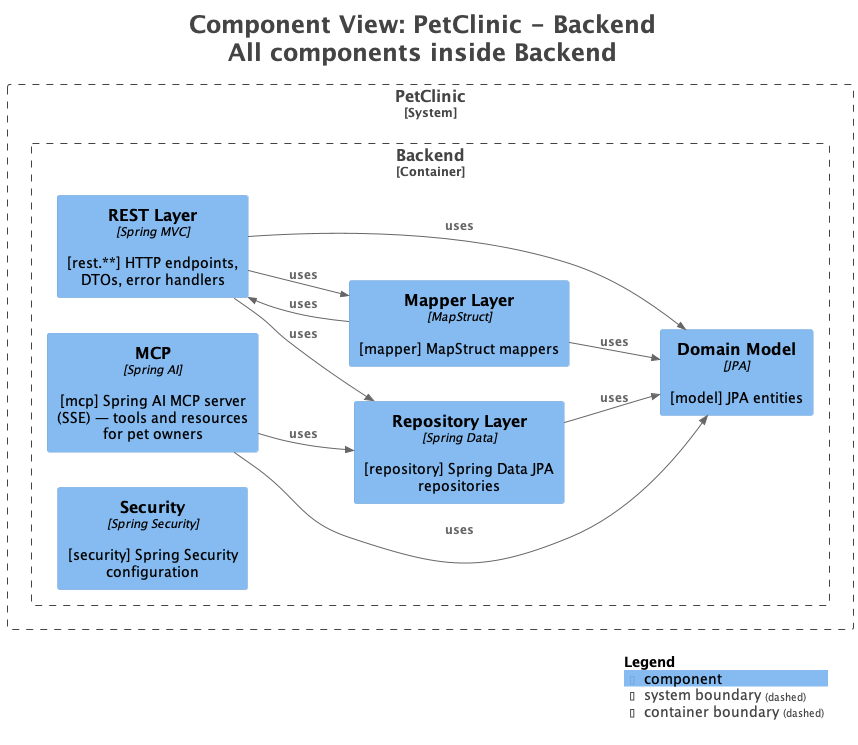
Earlier version of the PlantUML export petclinic-backend/docs/generated/c4views/C3-Components-All.png (pmattiollo/petclinic).
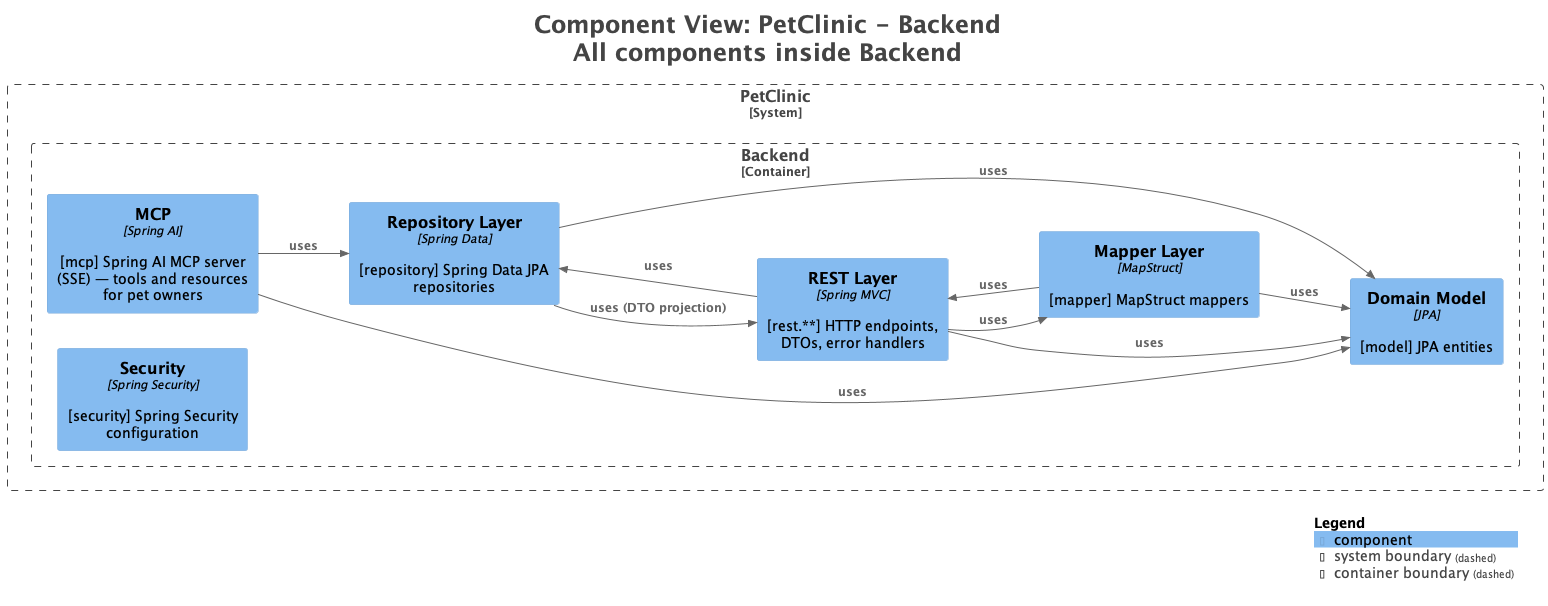
After the commit.

Diff of the diagram source:
```diff
@@ -33,6 +33,7 @@
 Rel(PetClinic.Backend.MapperLayer, PetClinic.Backend.RESTLayer, "uses", $techn="", $tags="", $link="")
 Rel(PetClinic.Backend.MapperLayer, PetClinic.Backend.DomainModel, "uses", $techn="", $tags="", $link="")
 Rel(PetClinic.Backend.RepositoryLayer, PetClinic.Backend.DomainModel, "uses", $techn="", $tags="", $link="")
+Rel(PetClinic.Backend.RepositoryLayer, PetClinic.Backend.RESTLayer, "uses (DTO projection)", $techn="", $tags="", $link="")
 Rel(PetClinic.Backend.MCP, PetClinic.Backend.DomainModel, "uses", $techn="", $tags="", $link="")
 Rel(PetClinic.Backend.MCP, PetClinic.Backend.RepositoryLayer, "uses", $techn="", $tags="", $link="")
 
```
